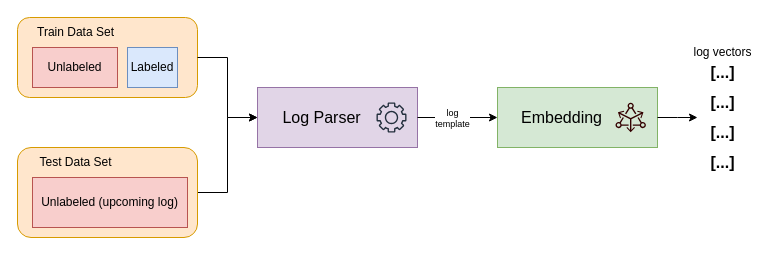
This is 未命名绘图.drawio from Gleiphir2769/my-draw, a draw.io file, before an edit. Source tidied: cells renumbered, new cells numbered last; positions are measured from the earlier drawing's top-left corner, leaving out a move shared by most shapes. Both pictures are drawn from the tidied source at 100%, with x=0, y=0 at pixel (17, 17).
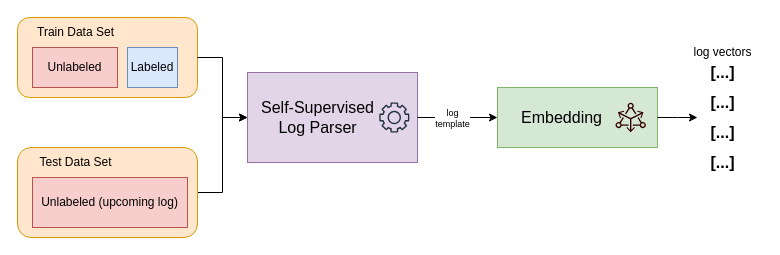
The same page after the edit.

Commit message (it also covers changes not shown here):
更新未命名绘图.drawio

Change to the diagram source:
```diff
@@
     <mxCell id="6" style="group;" parent="1" vertex="1">
-      <mxGeometry x="240" y="70" width="160" height="60" as="geometry" />
+      <mxGeometry x="230" y="55" width="170" height="90" as="geometry" />
     </mxCell>
     <mxCell id="7" style="rounded=0;whiteSpace=wrap;html=1;fillColor=#e1d5e7;strokeColor=#9673a6;" parent="6" vertex="1">
-      <mxGeometry width="160" height="60" as="geometry" />
+      <mxGeometry width="170" height="90" as="geometry" />
     </mxCell>
     <mxCell id="8" style="sketch=0;fontColor=#232F3E;gradientColor=none;fillColor=#232F3D;strokeColor=none;dashed=0;verticalLabelPosition=bottom;verticalAlign=top;align=center;html=1;fontSize=12;fontStyle=0;shape=mxgraph.aws4.gear;" parent="6" vertex="1">
-      <mxGeometry x="119" y="15" width="30" height="30" as="geometry" />
+      <mxGeometry x="131.8" y="30" width="30" height="30" as="geometry" />
     </mxCell>
-    <mxCell id="9" value="&lt;font style=&quot;font-size: 16px;&quot;&gt;Log Parser&lt;/font&gt;" style="text;html=1;align=center;verticalAlign=middle;fillColor=none;strokeColor=none;rounded=0;" parent="6" vertex="1">
-      <mxGeometry x="14" y="15" width="100" height="30" as="geometry" />
+    <mxCell id="9" value="&lt;font style=&quot;font-size: 16px;&quot;&gt;Self-Supervised&lt;br&gt;Log Parser&lt;br&gt;&lt;/font&gt;" style="text;html=1;align=center;verticalAlign=middle;fillColor=none;strokeColor=none;rounded=0;" parent="6" vertex="1">
+      <mxGeometry y="20" width="140" height="50" as="geometry" />
     </mxCell>
```
